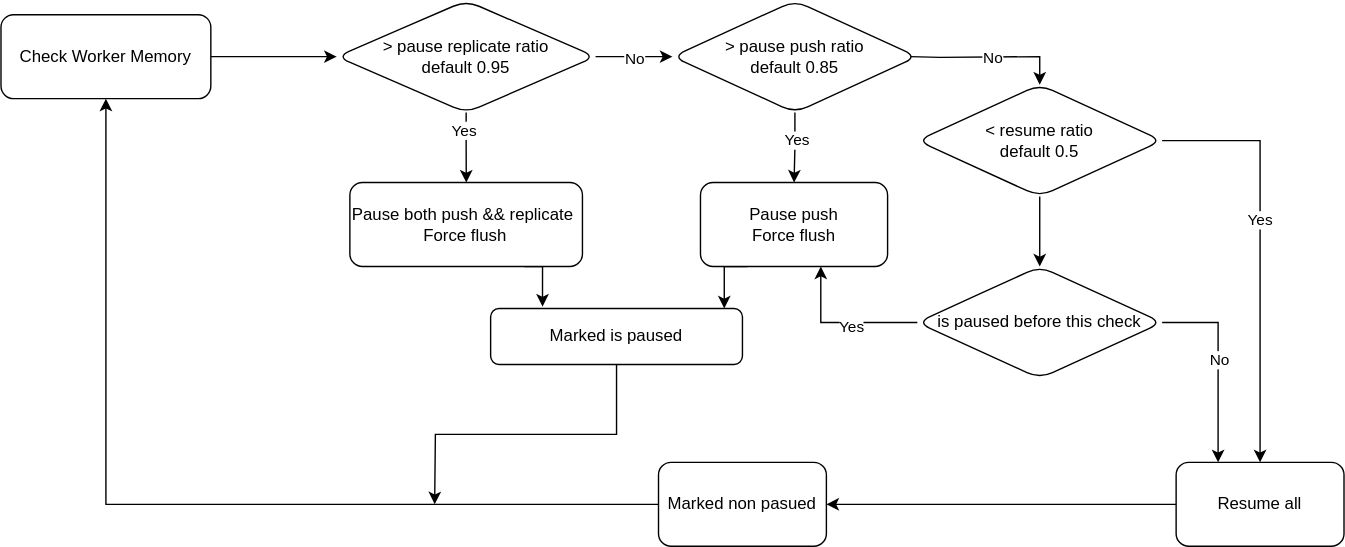
apache/celeborn keeps this draw.io diagram as docs/assets/img/backpressure.svg. Above is the earlier version. Source tidied: cells renumbered, new cells last; positions are measured from the earlier drawing's top-left corner, leaving out a move shared by most shapes.
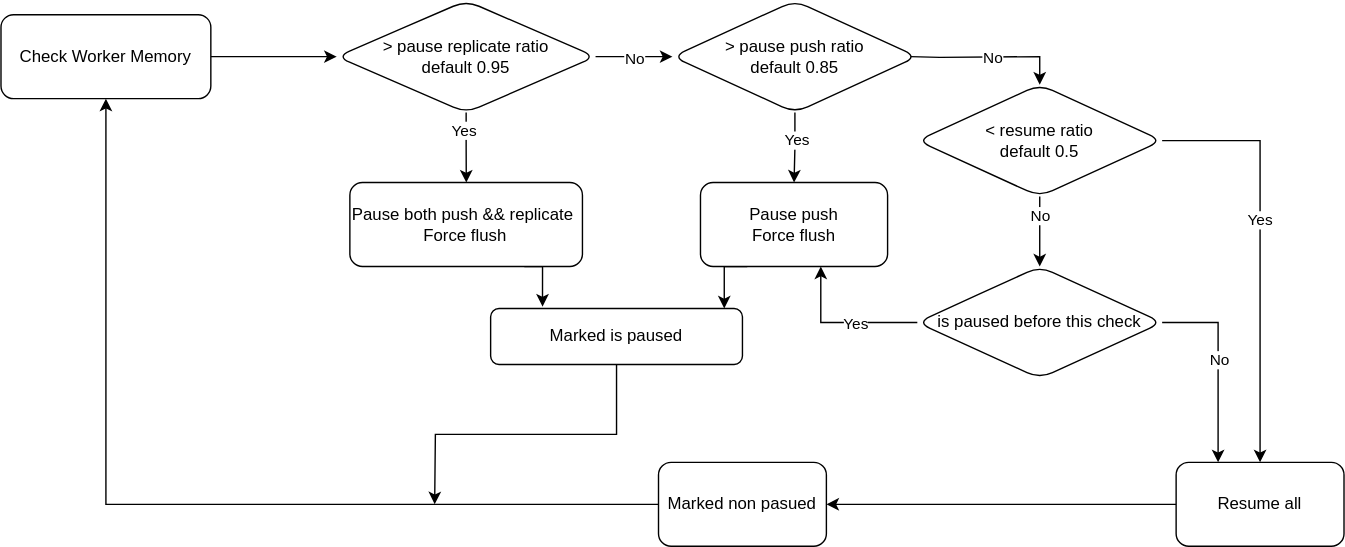
After the commit.

Commit message:
fix missing condition

Change to the diagram source:
```diff
@@ -51,6 +51,9 @@
     <mxCell id="16" style="edgeStyle=orthogonalEdgeStyle;rounded=0;jettySize=auto;html=1;exitX=0.5;exitY=1;exitDx=0;exitDy=0;entryX=0.5;entryY=0;entryDx=0;entryDy=0;" parent="1" edge="1" source="17" target="22">
       <mxGeometry relative="1" as="geometry" />
     </mxCell>
+    <mxCell id="33" value="No" style="edgeLabel;html=1;align=center;verticalAlign=middle;" parent="16" vertex="1">
+      <mxGeometry x="-0.48" relative="1" as="geometry" />
+    </mxCell>
     <mxCell id="17" value="&amp;lt; resume ratio&lt;br&gt;default 0.5" style="rhombus;whiteSpace=wrap;html=1;rounded=1;" parent="1" vertex="1">
       <mxGeometry x="655" y="60" width="175" height="80" as="geometry" />
     </mxCell>
@@ -58,7 +61,9 @@
       <mxGeometry relative="1" as="geometry" />
     </mxCell>
     <mxCell id="19" value="Yes" style="edgeLabel;html=1;align=center;verticalAlign=middle;" parent="18" vertex="1">
-      <mxGeometry x="-0.12" y="2" relative="1" as="geometry" />
+      <mxGeometry x="-0.12" y="2" relative="1" as="geometry">
+        <mxPoint x="3" y="-2" as="offset" />
+      </mxGeometry>
     </mxCell>
     <mxCell id="20" style="edgeStyle=orthogonalEdgeStyle;rounded=0;jettySize=auto;html=1;exitX=1;exitY=0.5;exitDx=0;exitDy=0;entryX=0.25;entryY=0;entryDx=0;entryDy=0;" parent="1" edge="1" source="22" target="30">
       <mxGeometry relative="1" as="geometry" />
```
